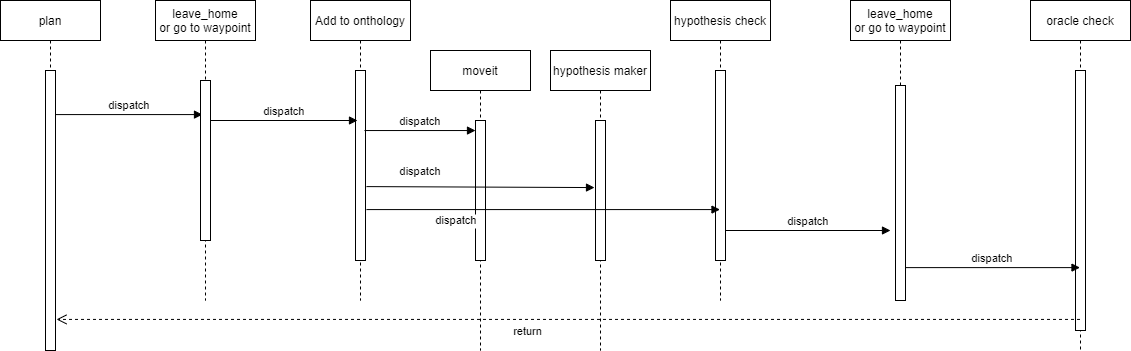
The draw.io diagram images/exp_rob1_seq.drawio.png in jacopociro/exp_rob_lab, before a commit. Source tidied: cells renumbered, new cells last; positions are measured from the earlier drawing's top-left corner, leaving out a move shared by most shapes. Source of this version:
```xml
<mxGraphModel>
  <root>
    <mxCell id="0" />
    <mxCell id="1" parent="0" />
    <mxCell id="2" value="plan" style="shape=umlLifeline;perimeter=lifelinePerimeter;rounded=0;shadow=0;strokeWidth=1;" parent="1" vertex="1">
      <mxGeometry width="100" height="350" as="geometry" />
    </mxCell>
    <mxCell id="3" style="points=[];perimeter=orthogonalPerimeter;rounded=0;shadow=0;strokeWidth=1;" parent="2" vertex="1">
      <mxGeometry x="45" y="70" width="10" height="280" as="geometry" />
    </mxCell>
    <mxCell id="4" value="leave_home &#10;or go to waypoint" style="shape=umlLifeline;perimeter=lifelinePerimeter;rounded=0;shadow=0;strokeWidth=1;" parent="1" vertex="1">
      <mxGeometry x="155" width="100" height="300" as="geometry" />
    </mxCell>
    <mxCell id="5" value="dispatch" style="verticalAlign=bottom;endArrow=block;entryX=0.2;entryY=0.213;shadow=0;strokeWidth=1;entryDx=0;entryDy=0;entryPerimeter=0;" parent="1" edge="1" source="3" target="6">
      <mxGeometry relative="1" as="geometry" />
    </mxCell>
    <mxCell id="6" style="points=[];perimeter=orthogonalPerimeter;rounded=0;shadow=0;strokeWidth=1;" parent="1" vertex="1">
      <mxGeometry x="200" y="80" width="10" height="160" as="geometry" />
    </mxCell>
    <mxCell id="7" value="Add to onthology" style="shape=umlLifeline;perimeter=lifelinePerimeter;rounded=0;shadow=0;strokeWidth=1;" parent="1" vertex="1">
      <mxGeometry x="310" width="100" height="300" as="geometry" />
    </mxCell>
    <mxCell id="8" style="points=[];perimeter=orthogonalPerimeter;rounded=0;shadow=0;strokeWidth=1;" parent="7" vertex="1">
      <mxGeometry x="45" y="70" width="10" height="190" as="geometry" />
    </mxCell>
    <mxCell id="9" value="dispatch" style="verticalAlign=bottom;endArrow=block;entryX=0.2;entryY=0.213;shadow=0;strokeWidth=1;entryDx=0;entryDy=0;entryPerimeter=0;" parent="1" edge="1">
      <mxGeometry relative="1" as="geometry">
        <mxPoint x="210" y="120" as="sourcePoint" />
        <mxPoint x="357" y="120" as="targetPoint" />
      </mxGeometry>
    </mxCell>
    <mxCell id="10" value="dispatch" style="verticalAlign=bottom;endArrow=block;shadow=0;strokeWidth=1;exitX=0.9;exitY=0.316;exitDx=0;exitDy=0;exitPerimeter=0;" parent="1" edge="1" source="8" target="12">
      <mxGeometry relative="1" as="geometry" />
    </mxCell>
    <mxCell id="11" value="moveit" style="shape=umlLifeline;perimeter=lifelinePerimeter;rounded=0;shadow=0;strokeWidth=1;" parent="1" vertex="1">
      <mxGeometry x="430" y="50" width="100" height="300" as="geometry" />
    </mxCell>
    <mxCell id="12" style="points=[];perimeter=orthogonalPerimeter;rounded=0;shadow=0;strokeWidth=1;" parent="11" vertex="1">
      <mxGeometry x="45" y="70" width="10" height="140" as="geometry" />
    </mxCell>
    <mxCell id="13" value="hypothesis maker" style="shape=umlLifeline;perimeter=lifelinePerimeter;rounded=0;shadow=0;strokeWidth=1;" parent="1" vertex="1">
      <mxGeometry x="550" y="50" width="100" height="300" as="geometry" />
    </mxCell>
    <mxCell id="14" style="points=[];perimeter=orthogonalPerimeter;rounded=0;shadow=0;strokeWidth=1;" parent="13" vertex="1">
      <mxGeometry x="45" y="70" width="10" height="140" as="geometry" />
    </mxCell>
    <mxCell id="15" value="hypothesis check" style="shape=umlLifeline;perimeter=lifelinePerimeter;rounded=0;shadow=0;strokeWidth=1;" parent="1" vertex="1">
      <mxGeometry x="670" width="100" height="300" as="geometry" />
    </mxCell>
    <mxCell id="16" style="perimeter=orthogonalPerimeter;rounded=0;shadow=0;strokeWidth=1;" parent="15" vertex="1">
      <mxGeometry x="45" y="70" width="10" height="190" as="geometry" />
    </mxCell>
    <mxCell id="17" value="dispatch" style="verticalAlign=bottom;endArrow=block;shadow=0;strokeWidth=1;" parent="15" edge="1">
      <mxGeometry relative="1" as="geometry">
        <mxPoint x="55" y="230" as="sourcePoint" />
        <mxPoint x="220" y="230" as="targetPoint" />
      </mxGeometry>
    </mxCell>
    <mxCell id="18" value="dispatch" style="verticalAlign=bottom;endArrow=block;shadow=0;strokeWidth=1;exitX=1.1;exitY=0.732;exitDx=0;exitDy=0;exitPerimeter=0;" parent="1" edge="1" source="8" target="15">
      <mxGeometry x="-0.49" y="-20" relative="1" as="geometry" />
    </mxCell>
    <mxCell id="19" value="dispatch" style="verticalAlign=bottom;endArrow=block;shadow=0;strokeWidth=1;exitX=1.1;exitY=0.611;exitDx=0;exitDy=0;exitPerimeter=0;entryX=-0.1;entryY=0.479;entryDx=0;entryDy=0;entryPerimeter=0;" parent="1" edge="1" source="8" target="14">
      <mxGeometry x="-0.53" y="6" relative="1" as="geometry" />
    </mxCell>
    <mxCell id="20" value="oracle check" style="shape=umlLifeline;perimeter=lifelinePerimeter;rounded=0;shadow=0;strokeWidth=1;" parent="1" vertex="1">
      <mxGeometry x="1030" width="100" height="350" as="geometry" />
    </mxCell>
    <mxCell id="21" style="perimeter=orthogonalPerimeter;rounded=0;shadow=0;strokeWidth=1;" parent="20" vertex="1">
      <mxGeometry x="45" y="70" width="10" height="260" as="geometry" />
    </mxCell>
    <mxCell id="22" value="dispatch" style="verticalAlign=bottom;endArrow=block;shadow=0;strokeWidth=1;exitX=1;exitY=0.847;exitDx=0;exitDy=0;exitPerimeter=0;" parent="1" edge="1" source="25" target="20">
      <mxGeometry relative="1" as="geometry" />
    </mxCell>
    <mxCell id="23" value="return" style="html=1;verticalAlign=bottom;endArrow=open;dashed=1;endSize=8;rounded=0;entryX=1.1;entryY=0.889;entryDx=0;entryDy=0;entryPerimeter=0;" parent="1" edge="1" source="20" target="3">
      <mxGeometry x="0.08" y="21" relative="1" as="geometry" />
    </mxCell>
    <mxCell id="24" value="leave_home &#10;or go to waypoint" style="shape=umlLifeline;perimeter=lifelinePerimeter;rounded=0;shadow=0;strokeWidth=1;" parent="1" vertex="1">
      <mxGeometry x="850" width="100" height="300" as="geometry" />
    </mxCell>
    <mxCell id="25" style="points=[];perimeter=orthogonalPerimeter;rounded=0;shadow=0;strokeWidth=1;" parent="24" vertex="1">
      <mxGeometry x="45" y="85" width="10" height="215" as="geometry" />
    </mxCell>
  </root>
</mxGraphModel>
```
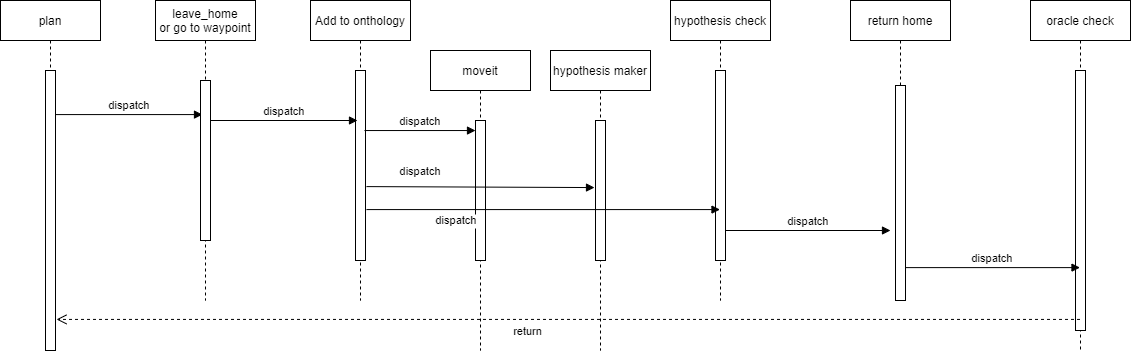
The same file after the commit.

Change to the diagram source:
```diff
@@ -74,7 +74,7 @@
     <mxCell id="23" value="return" style="html=1;verticalAlign=bottom;endArrow=open;dashed=1;endSize=8;rounded=0;entryX=1.1;entryY=0.889;entryDx=0;entryDy=0;entryPerimeter=0;" parent="1" edge="1" source="20" target="3">
       <mxGeometry x="0.08" y="21" relative="1" as="geometry" />
     </mxCell>
-    <mxCell id="24" value="leave_home &#10;or go to waypoint" style="shape=umlLifeline;perimeter=lifelinePerimeter;rounded=0;shadow=0;strokeWidth=1;" parent="1" vertex="1">
+    <mxCell id="24" value="return home" style="shape=umlLifeline;perimeter=lifelinePerimeter;rounded=0;shadow=0;strokeWidth=1;" parent="1" vertex="1">
       <mxGeometry x="850" width="100" height="300" as="geometry" />
     </mxCell>
     <mxCell id="25" style="points=[];perimeter=orthogonalPerimeter;rounded=0;shadow=0;strokeWidth=1;" parent="24" vertex="1">
```
